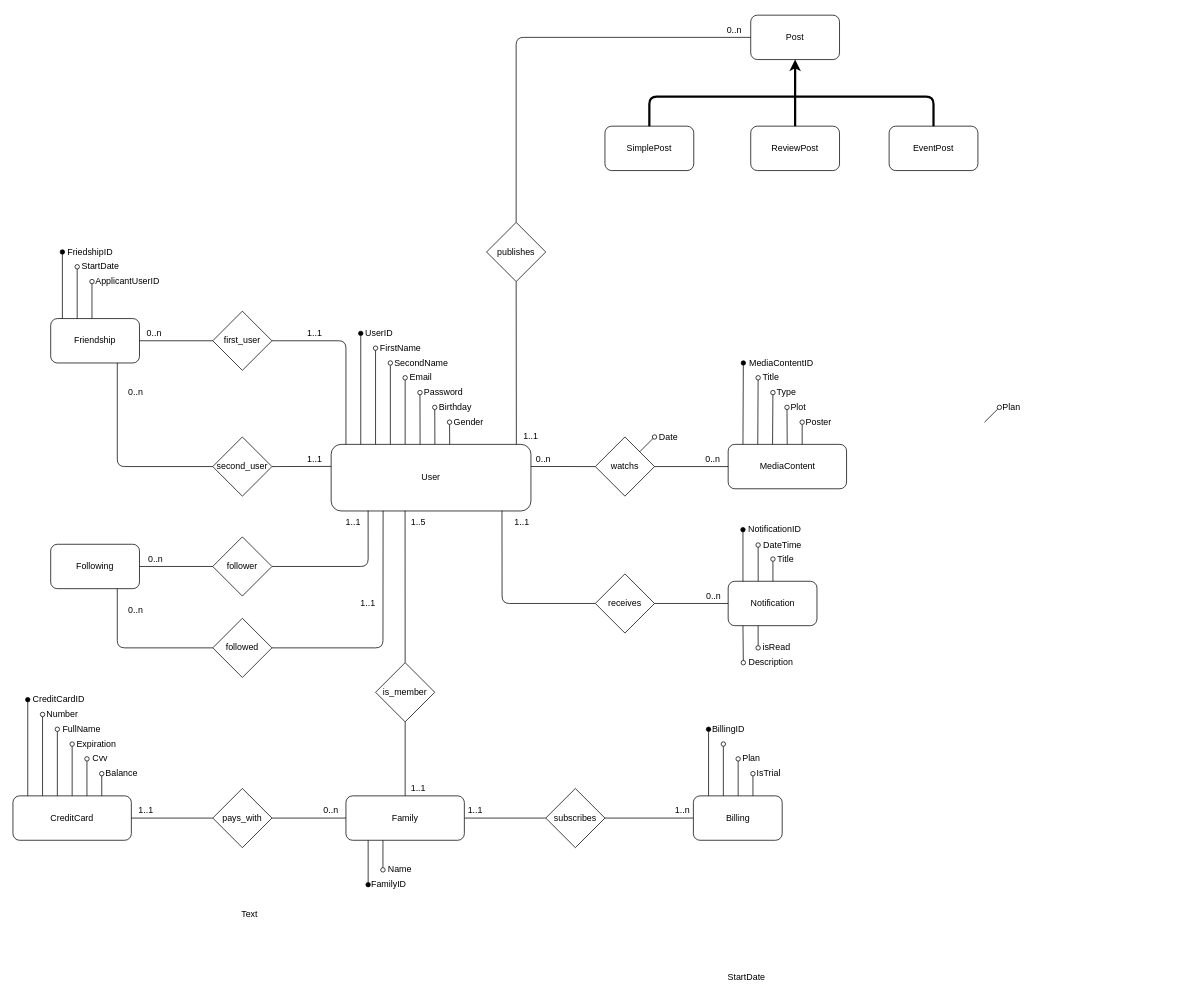
Above: Moviesquik/doc/persistence/database_ER_diagram.drawio in AgostinoRizzo/moviesquik (draw.io), before the change. Source tidied: cells renumbered, new cells numbered last; positions are measured from the earlier drawing's top-left corner, leaving out a move shared by most shapes. Both pictures are drawn from the tidied source at 74%, with x=0, y=0 at pixel (13, 15).
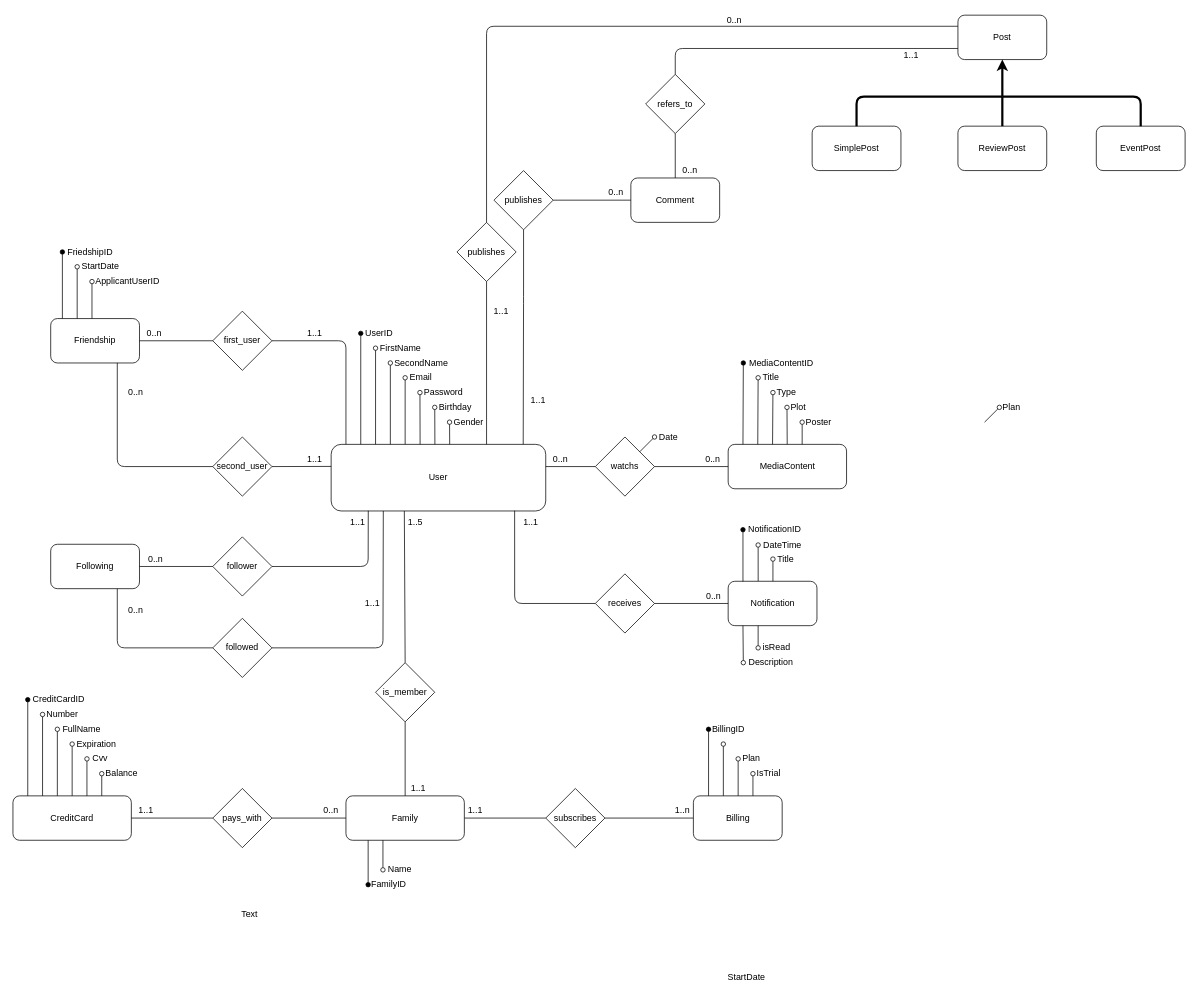
After the change.

Unchanged cells that the change refers to:
```xml
<mxCell id="52" value="is_member" style="rhombus;whiteSpace=wrap;html=1;" parent="1" vertex="1">
  <mxGeometry x="490" y="875" width="80" height="80" as="geometry" />
</mxCell>
<mxCell id="72" value="watchs" style="rhombus;whiteSpace=wrap;html=1;" parent="1" vertex="1">
  <mxGeometry x="787" y="570" width="80" height="80" as="geometry" />
</mxCell>
<mxCell id="92" value="follower" style="rhombus;whiteSpace=wrap;html=1;" parent="1" vertex="1">
  <mxGeometry x="270" y="705" width="80" height="80" as="geometry" />
</mxCell>
<mxCell id="102" value="followed" style="rhombus;whiteSpace=wrap;html=1;" parent="1" vertex="1">
  <mxGeometry x="270" y="815" width="80" height="80" as="geometry" />
</mxCell>
<mxCell id="108" value="receives" style="rhombus;whiteSpace=wrap;html=1;" parent="1" vertex="1">
  <mxGeometry x="787" y="755" width="80" height="80" as="geometry" />
</mxCell>
```

What changed in the source:
```diff
@@
     <mxCell id="2" value="User" style="rounded=1;whiteSpace=wrap;html=1;" parent="1" vertex="1">
-      <mxGeometry x="430" y="580" width="270" height="90" as="geometry" />
+      <mxGeometry x="430" y="580" width="290" height="90" as="geometry" />
     </mxCell>
@@
-    <mxCell id="53" style="endArrow=none;html=1;entryX=0.37;entryY=0.997;entryDx=0;entryDy=0;exitX=0.5;exitY=0;exitDx=0;exitDy=0;entryPerimeter=0;" parent="1" edge="1" source="52" target="2">
+    <mxCell id="53" style="endArrow=none;html=1;entryX=0.341;entryY=1;entryDx=0;entryDy=0;exitX=0.5;exitY=0;exitDx=0;exitDy=0;entryPerimeter=0;" parent="1" edge="1" source="52" target="2">
       <mxGeometry relative="1" as="geometry" />
     </mxCell>
@@
     <mxCell id="56" value="1..5" style="text;html=1;strokeColor=none;fillColor=none;align=center;verticalAlign=middle;whiteSpace=wrap;rounded=0;" parent="1" vertex="1">
-      <mxGeometry x="533" y="675" width="30" height="20" as="geometry" />
+      <mxGeometry x="529" y="675" width="30" height="20" as="geometry" />
     </mxCell>
@@
-    <mxCell id="73" style="endArrow=none;html=1;exitX=0.076;exitY=0.995;exitDx=0;exitDy=0;entryX=0;entryY=0.5;entryDx=0;entryDy=0;exitPerimeter=0;" parent="1" edge="1" source="75" target="72">
+    <mxCell id="73" style="endArrow=none;html=1;exitX=0;exitY=1;exitDx=0;exitDy=0;entryX=0;entryY=0.5;entryDx=0;entryDy=0;" parent="1" edge="1" source="75" target="72">
       <mxGeometry relative="1" as="geometry" />
     </mxCell>
@@
     <mxCell id="75" value="0..n" style="text;html=1;strokeColor=none;fillColor=none;align=center;verticalAlign=middle;whiteSpace=wrap;rounded=0;" parent="1" vertex="1">
-      <mxGeometry x="697" y="590" width="40" height="20" as="geometry" />
+      <mxGeometry x="720" y="590" width="40" height="20" as="geometry" />
     </mxCell>
@@
-    <mxCell id="94" style="endArrow=none;html=1;exitX=1;exitY=0.5;exitDx=0;exitDy=0;entryX=0.185;entryY=0.995;entryDx=0;entryDy=0;entryPerimeter=0;" parent="1" edge="1" source="92" target="2">
+    <mxCell id="94" style="endArrow=none;html=1;exitX=1;exitY=0.5;exitDx=0;exitDy=0;entryX=0.173;entryY=0.997;entryDx=0;entryDy=0;entryPerimeter=0;" parent="1" edge="1" source="92" target="2">
       <mxGeometry relative="1" as="geometry">
         <Array as="points">
           <mxPoint x="480" y="745" />
         </Array>
       </mxGeometry>
     </mxCell>
@@
     <mxCell id="96" value="1..1" style="text;html=1;strokeColor=none;fillColor=none;align=center;verticalAlign=middle;whiteSpace=wrap;rounded=0;" parent="1" vertex="1">
-      <mxGeometry x="440" y="675" width="40" height="20" as="geometry" />
+      <mxGeometry x="446" y="675" width="40" height="20" as="geometry" />
     </mxCell>
@@
-    <mxCell id="104" style="endArrow=none;html=1;exitX=1;exitY=0.5;exitDx=0;exitDy=0;entryX=0.26;entryY=0.999;entryDx=0;entryDy=0;entryPerimeter=0;" parent="1" edge="1" source="102" target="2">
+    <mxCell id="104" style="endArrow=none;html=1;exitX=1;exitY=0.5;exitDx=0;exitDy=0;entryX=0.243;entryY=1;entryDx=0;entryDy=0;entryPerimeter=0;" parent="1" edge="1" source="102" target="2">
       <mxGeometry relative="1" as="geometry">
         <Array as="points">
           <mxPoint x="500" y="855" />
         </Array>
       </mxGeometry>
     </mxCell>
@@
     <mxCell id="106" value="1..1" style="text;html=1;strokeColor=none;fillColor=none;align=center;verticalAlign=middle;whiteSpace=wrap;rounded=0;" parent="1" vertex="1">
-      <mxGeometry x="460" y="785" width="40" height="20" as="geometry" />
+      <mxGeometry x="466" y="785" width="40" height="20" as="geometry" />
     </mxCell>
@@
     <mxCell id="109" style="endArrow=none;html=1;entryX=0;entryY=0.5;entryDx=0;entryDy=0;exitX=0.855;exitY=0.996;exitDx=0;exitDy=0;exitPerimeter=0;" parent="1" edge="1" source="2" target="108">
       <mxGeometry relative="1" as="geometry">
         <Array as="points">
-          <mxPoint x="661" y="795" />
+          <mxPoint x="678" y="795" />
         </Array>
       </mxGeometry>
     </mxCell>
@@
     <mxCell id="112" value="1..1" style="text;html=1;strokeColor=none;fillColor=none;align=center;verticalAlign=middle;whiteSpace=wrap;rounded=0;" parent="1" vertex="1">
-      <mxGeometry x="668" y="675" width="40" height="20" as="geometry" />
+      <mxGeometry x="680" y="675" width="40" height="20" as="geometry" />
     </mxCell>
@@
     <mxCell id="124" value="Post" style="rounded=1;whiteSpace=wrap;html=1;" parent="1" vertex="1">
-      <mxGeometry x="997" width="120" height="60" as="geometry" />
+      <mxGeometry x="1277" width="120" height="60" as="geometry" />
     </mxCell>
     <mxCell id="125" value="SimplePost" style="rounded=1;whiteSpace=wrap;html=1;" parent="1" vertex="1">
-      <mxGeometry x="800" y="150" width="120" height="60" as="geometry" />
+      <mxGeometry x="1080" y="150" width="120" height="60" as="geometry" />
     </mxCell>
     <mxCell id="126" value="ReviewPost" style="rounded=1;whiteSpace=wrap;html=1;" parent="1" vertex="1">
-      <mxGeometry x="997" y="150" width="120" height="60" as="geometry" />
+      <mxGeometry x="1277" y="150" width="120" height="60" as="geometry" />
     </mxCell>
     <mxCell id="127" value="EventPost" style="rounded=1;whiteSpace=wrap;html=1;" parent="1" vertex="1">
-      <mxGeometry x="1184" y="150" width="120" height="60" as="geometry" />
+      <mxGeometry x="1464" y="150" width="120" height="60" as="geometry" />
     </mxCell>
     <mxCell id="128" style="endArrow=classic;html=1;entryX=0.5;entryY=1;entryDx=0;entryDy=0;strokeWidth=3;" parent="1" edge="1" target="124">
       <mxGeometry relative="1" as="geometry">
-        <mxPoint x="1057" y="110" as="sourcePoint" />
+        <mxPoint x="1337" y="110" as="sourcePoint" />
       </mxGeometry>
     </mxCell>
     <mxCell id="129" style="endArrow=none;html=1;exitX=0.5;exitY=0;exitDx=0;exitDy=0;strokeWidth=3;" parent="1" edge="1" source="125">
       <mxGeometry relative="1" as="geometry">
-        <mxPoint x="1057" y="110" as="targetPoint" />
+        <mxPoint x="1337" y="110" as="targetPoint" />
         <Array as="points">
-          <mxPoint x="860" y="110" />
+          <mxPoint x="1140" y="110" />
         </Array>
       </mxGeometry>
     </mxCell>
     <mxCell id="130" style="endArrow=none;html=1;exitX=0.5;exitY=0;exitDx=0;exitDy=0;strokeWidth=3;" parent="1" edge="1" source="126">
       <mxGeometry relative="1" as="geometry">
-        <mxPoint x="1057" y="110" as="targetPoint" />
+        <mxPoint x="1337" y="110" as="targetPoint" />
       </mxGeometry>
     </mxCell>
     <mxCell id="131" style="endArrow=none;html=1;exitX=0.5;exitY=0;exitDx=0;exitDy=0;strokeWidth=3;" parent="1" edge="1" source="127">
       <mxGeometry relative="1" as="geometry">
-        <mxPoint x="1057" y="110" as="targetPoint" />
+        <mxPoint x="1337" y="110" as="targetPoint" />
         <Array as="points">
-          <mxPoint x="1244" y="110" />
+          <mxPoint x="1524" y="110" />
         </Array>
       </mxGeometry>
     </mxCell>
     <mxCell id="132" value="publishes" style="rhombus;whiteSpace=wrap;html=1;" parent="1" vertex="1">
-      <mxGeometry x="640" y="280" width="80" height="80" as="geometry" />
+      <mxGeometry x="600" y="280" width="80" height="80" as="geometry" />
     </mxCell>
-    <mxCell id="133" style="endArrow=none;html=1;strokeWidth=1;entryX=0.5;entryY=1;entryDx=0;entryDy=0;exitX=0.927;exitY=-0.001;exitDx=0;exitDy=0;exitPerimeter=0;" parent="1" edge="1" source="2" target="132">
-      <mxGeometry relative="1" as="geometry" />
+    <mxCell id="133" style="endArrow=none;html=1;strokeWidth=1;entryX=0.5;entryY=1;entryDx=0;entryDy=0;" parent="1" edge="1" target="132">
+      <mxGeometry relative="1" as="geometry">
+        <mxPoint x="640" y="580" as="sourcePoint" />
+      </mxGeometry>
     </mxCell>
-    <mxCell id="134" style="endArrow=none;html=1;strokeWidth=1;exitX=0.5;exitY=0;exitDx=0;exitDy=0;entryX=0;entryY=0.5;entryDx=0;entryDy=0;" parent="1" edge="1" source="132" target="124">
+    <mxCell id="134" style="endArrow=none;html=1;strokeWidth=1;exitX=0.5;exitY=0;exitDx=0;exitDy=0;entryX=0;entryY=0.25;entryDx=0;entryDy=0;" parent="1" edge="1" source="132" target="124">
       <mxGeometry relative="1" as="geometry">
         <Array as="points">
-          <mxPoint x="680" y="30" />
+          <mxPoint x="640" y="15" />
         </Array>
       </mxGeometry>
     </mxCell>
     <mxCell id="135" value="0..n" style="text;html=1;strokeColor=none;fillColor=none;align=center;verticalAlign=middle;whiteSpace=wrap;rounded=0;" parent="1" vertex="1">
-      <mxGeometry x="955" y="10" width="40" height="20" as="geometry" />
+      <mxGeometry x="955" y="-3" width="40" height="20" as="geometry" />
     </mxCell>
     <mxCell id="136" value="1..1" style="text;html=1;strokeColor=none;fillColor=none;align=center;verticalAlign=middle;whiteSpace=wrap;rounded=0;" parent="1" vertex="1">
-      <mxGeometry x="680" y="559" width="40" height="20" as="geometry" />
+      <mxGeometry x="640" y="390" width="40" height="20" as="geometry" />
     </mxCell>
+    <mxCell id="137" value="publishes" style="rhombus;whiteSpace=wrap;html=1;" parent="1" vertex="1">
+      <mxGeometry x="650" y="210" width="80" height="80" as="geometry" />
+    </mxCell>
+    <mxCell id="138" style="endArrow=none;html=1;entryX=0.5;entryY=1;entryDx=0;entryDy=0;exitX=0.895;exitY=-0.001;exitDx=0;exitDy=0;exitPerimeter=0;" parent="1" edge="1" source="2" target="137">
+      <mxGeometry relative="1" as="geometry">
+        <Array as="points">
+          <mxPoint x="690" y="380" />
+        </Array>
+      </mxGeometry>
+    </mxCell>
+    <mxCell id="139" value="1..1" style="text;html=1;strokeColor=none;fillColor=none;align=center;verticalAlign=middle;whiteSpace=wrap;rounded=0;" parent="1" vertex="1">
+      <mxGeometry x="690" y="510" width="40" height="20" as="geometry" />
+    </mxCell>
+    <mxCell id="140" value="Comment" style="rounded=1;whiteSpace=wrap;html=1;" parent="1" vertex="1">
+      <mxGeometry x="835" y="220" width="120" height="60" as="geometry" />
+    </mxCell>
+    <mxCell id="141" style="endArrow=none;html=1;exitX=1;exitY=0.5;exitDx=0;exitDy=0;entryX=0;entryY=0.5;entryDx=0;entryDy=0;" parent="1" edge="1" source="137" target="140">
+      <mxGeometry relative="1" as="geometry" />
+    </mxCell>
+    <mxCell id="142" value="0..n" style="text;html=1;strokeColor=none;fillColor=none;align=center;verticalAlign=middle;whiteSpace=wrap;rounded=0;" parent="1" vertex="1">
+      <mxGeometry x="795" y="230" width="40" height="20" as="geometry" />
+    </mxCell>
+    <mxCell id="143" value="refers_to" style="rhombus;whiteSpace=wrap;html=1;" parent="1" vertex="1">
+      <mxGeometry x="855" y="80" width="80" height="80" as="geometry" />
+    </mxCell>
+    <mxCell id="144" style="endArrow=none;html=1;exitX=0.5;exitY=0;exitDx=0;exitDy=0;entryX=0.5;entryY=1;entryDx=0;entryDy=0;" parent="1" edge="1" source="140" target="143">
+      <mxGeometry relative="1" as="geometry" />
+    </mxCell>
+    <mxCell id="145" style="endArrow=none;html=1;exitX=0.5;exitY=0;exitDx=0;exitDy=0;entryX=0;entryY=0.75;entryDx=0;entryDy=0;" parent="1" edge="1" source="143" target="124">
+      <mxGeometry relative="1" as="geometry">
+        <Array as="points">
+          <mxPoint x="895" y="45" />
+        </Array>
+      </mxGeometry>
+    </mxCell>
+    <mxCell id="146" value="0..n" style="text;html=1;strokeColor=none;fillColor=none;align=center;verticalAlign=middle;whiteSpace=wrap;rounded=0;" parent="1" vertex="1">
+      <mxGeometry x="895" y="200" width="40" height="20" as="geometry" />
+    </mxCell>
+    <mxCell id="147" value="1..1" style="text;html=1;strokeColor=none;fillColor=none;align=center;verticalAlign=middle;whiteSpace=wrap;rounded=0;" parent="1" vertex="1">
+      <mxGeometry x="1194" y="45" width="40" height="20" as="geometry" />
+    </mxCell>
```
